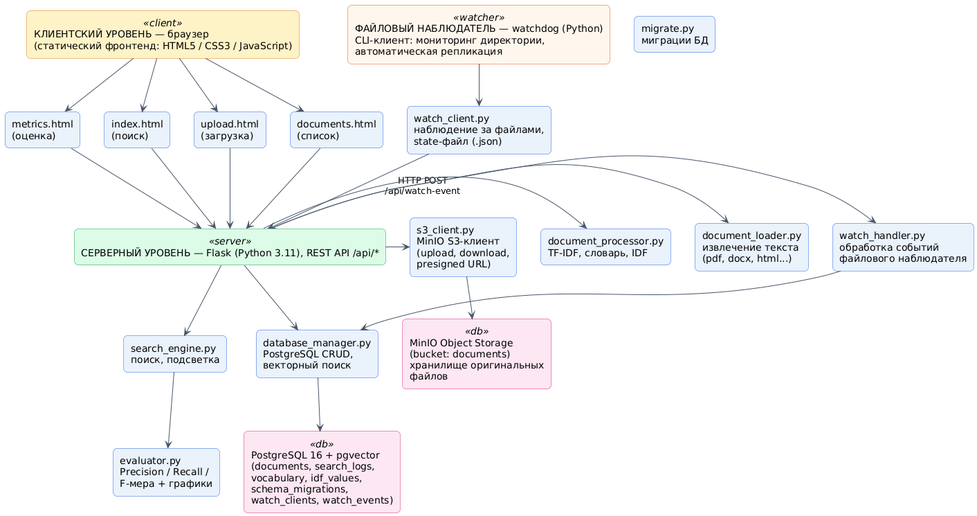
This is EYAZIS/2_2/EYAZIS_report/png/architecture.png from KillRmnv/BSUIR, a PlantUML export, as it was before one commit. The source it was exported from:
```plantuml
@startuml architecture
skinparam backgroundColor white
skinparam shadowing false
skinparam roundCorner 12
skinparam defaultFontName DejaVu Sans
skinparam ArrowColor #475569
skinparam rectangle {
    BackgroundColor #EAF2FB
    BorderColor #2563EB
}
skinparam rectangle<<client>> {
    BackgroundColor #FEF3C7
    BorderColor #D97706
}
skinparam rectangle<<server>> {
    BackgroundColor #DCFCE7
    BorderColor #16A34A
}
skinparam rectangle<<db>> {
    BackgroundColor #FCE7F3
    BorderColor #DB2777
}
skinparam rectangle<<watcher>> {
    BackgroundColor #FFF7ED
    BorderColor #EA580C
}

rectangle "КЛИЕНТСКИЙ УРОВЕНЬ — браузер\n(статический фронтенд: HTML5 / CSS3 / JavaScript)" <<client>> as CLIENT

rectangle "index.html\n(поиск)" as INDEX
rectangle "upload.html\n(загрузка)" as UPLOAD
rectangle "documents.html\n(список)" as DOCS
rectangle "metrics.html\n(оценка)" as METRICS

rectangle "ФАЙЛОВЫЙ НАБЛЮДАТЕЛЬ — watchdog (Python)\nCLI-клиент: мониторинг директории,\nавтоматическая репликация" <<watcher>> as WATCHER

rectangle "watch_client.py\nнаблюдение за файлами,\nstate-файл (.json)" as WCLI

rectangle "СЕРВЕРНЫЙ УРОВЕНЬ — Flask (Python 3.11), REST API /api/*" <<server>> as FLASK

rectangle "search_engine.py\nпоиск, подсветка" as SE
rectangle "document_processor.py\nTF-IDF, словарь, IDF" as DP
rectangle "document_loader.py\nизвлечение текста\n(pdf, docx, html...)" as LOADER
rectangle "database_manager.py\nPostgreSQL CRUD,\nвекторный поиск" as DBM
rectangle "evaluator.py\nPrecision / Recall /\nF-мера + графики" as EVAL
rectangle "watch_handler.py\nобработка событий\nфайлового наблюдателя" as WH
rectangle "migrate.py\nмиграции БД" as MIGRATE
rectangle "s3_client.py\nMinIO S3-клиент\n(upload, download,\npresigned URL)" as S3

rectangle "PostgreSQL 16 + pgvector\n(documents, search_logs,\nvocabulary, idf_values,\nschema_migrations,\nwatch_clients, watch_events)" <<db>> as PG

rectangle "MinIO Object Storage\n(bucket: documents)\nхранилище оригинальных\nфайлов" <<db>> as MINIO

CLIENT -down-> INDEX
CLIENT -down-> UPLOAD
CLIENT -down-> DOCS
CLIENT -down-> METRICS

INDEX -down-> FLASK
UPLOAD -down-> FLASK
DOCS -down-> FLASK
METRICS -down-> FLASK

WATCHER -down-> WCLI
WCLI -down-> FLASK : HTTP POST\n/api/watch-event

FLASK -down-> SE
FLASK -right-> DP
FLASK -right-> LOADER
FLASK -right-> DBM
FLASK -right-> WH
FLASK -right-> S3

SE -down-> EVAL
DBM -down-> PG
WH -down-> DBM
S3 -down-> MINIO

@enduml
```
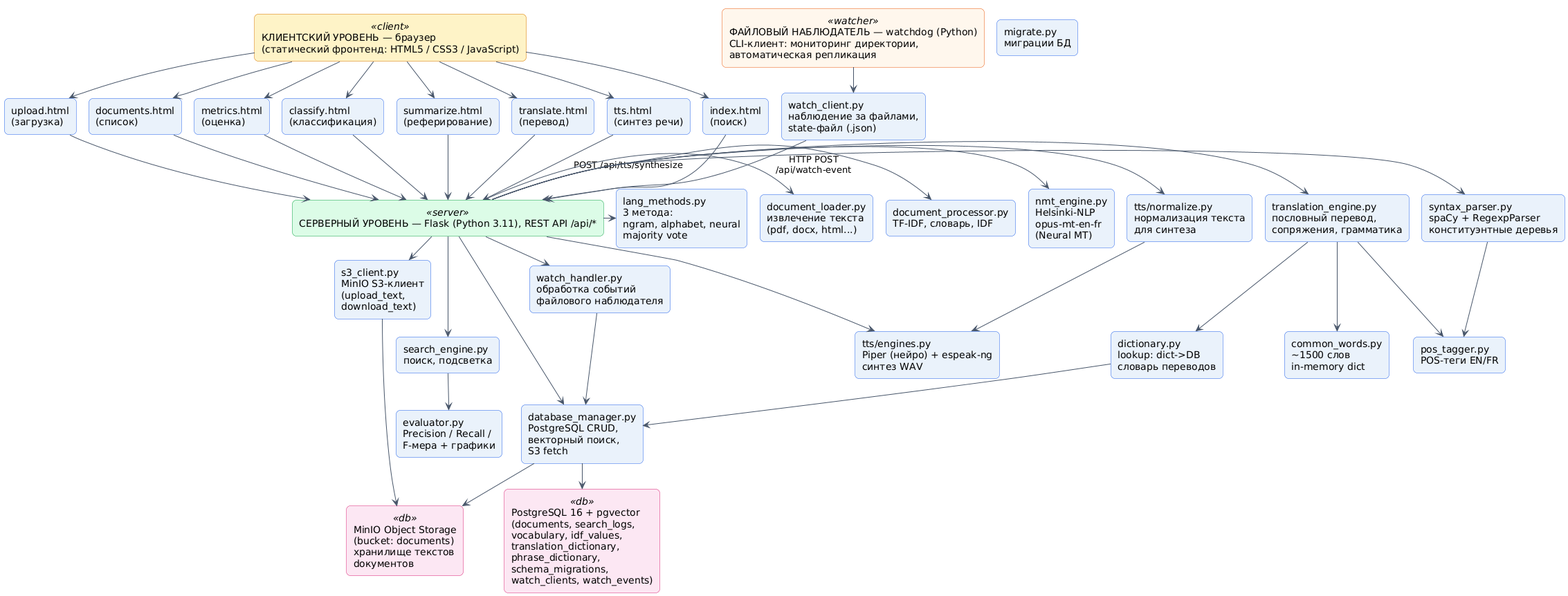
After the commit.

Change to the diagram source:
```diff
@@ -1,4 +1,5 @@
 @startuml architecture
+!pragma layout smetana
 skinparam backgroundColor white
 skinparam shadowing false
 skinparam roundCorner 12
@@ -31,6 +32,10 @@
 rectangle "upload.html\n(загрузка)" as UPLOAD
 rectangle "documents.html\n(список)" as DOCS
 rectangle "metrics.html\n(оценка)" as METRICS
+rectangle "classify.html\n(классификация)" as CLASSIFY
+rectangle "summarize.html\n(реферирование)" as SUMMARIZE
+rectangle "translate.html\n(перевод)" as TRANSLATE
+rectangle "tts.html\n(синтез речи)" as TTS
 
 rectangle "ФАЙЛОВЫЙ НАБЛЮДАТЕЛЬ — watchdog (Python)\nCLI-клиент: мониторинг директории,\nавтоматическая репликация" <<watcher>> as WATCHER
 
@@ -41,25 +46,43 @@
 rectangle "search_engine.py\nпоиск, подсветка" as SE
 rectangle "document_processor.py\nTF-IDF, словарь, IDF" as DP
 rectangle "document_loader.py\nизвлечение текста\n(pdf, docx, html...)" as LOADER
-rectangle "database_manager.py\nPostgreSQL CRUD,\nвекторный поиск" as DBM
+rectangle "database_manager.py\nPostgreSQL CRUD,\nвекторный поиск,\nS3 fetch" as DBM
 rectangle "evaluator.py\nPrecision / Recall /\nF-мера + графики" as EVAL
 rectangle "watch_handler.py\nобработка событий\nфайлового наблюдателя" as WH
 rectangle "migrate.py\nмиграции БД" as MIGRATE
-rectangle "s3_client.py\nMinIO S3-клиент\n(upload, download,\npresigned URL)" as S3
+rectangle "s3_client.py\nMinIO S3-клиент\n(upload_text,\ndownload_text)" as S3
 
-rectangle "PostgreSQL 16 + pgvector\n(documents, search_logs,\nvocabulary, idf_values,\nschema_migrations,\nwatch_clients, watch_events)" <<db>> as PG
+rectangle "translation_engine.py\nпословный перевод,\nсопряжения, грамматика" as TE
+rectangle "nmt_engine.py\nHelsinki-NLP\nopus-mt-en-fr\n(Neural MT)" as NMT
+rectangle "common_words.py\n~1500 слов\nin-memory dict" as CW
+rectangle "dictionary.py\nlookup: dict->DB\nсловарь переводов" as DICT
+rectangle "syntax_parser.py\nspaCy + RegexpParser\nконституэнтные деревья" as SYNTAX
+rectangle "pos_tagger.py\nPOS-теги EN/FR" as POS
+rectangle "lang_methods.py\n3 метода:\nngram, alphabet, neural\nmajority vote" as LANG
+rectangle "tts/engines.py\nPiper (нейро) + espeak-ng\nсинтез WAV" as TTS_ENG
+rectangle "tts/normalize.py\nнормализация текста\nдля синтеза" as TTS_NORM
 
-rectangle "MinIO Object Storage\n(bucket: documents)\nхранилище оригинальных\nфайлов" <<db>> as MINIO
+rectangle "PostgreSQL 16 + pgvector\n(documents, search_logs,\nvocabulary, idf_values,\ntranslation_dictionary,\nphrase_dictionary,\nschema_migrations,\nwatch_clients, watch_events)" <<db>> as PG
+
+rectangle "MinIO Object Storage\n(bucket: documents)\nхранилище текстов\ndокументов" <<db>> as MINIO
 
 CLIENT -down-> INDEX
 CLIENT -down-> UPLOAD
 CLIENT -down-> DOCS
 CLIENT -down-> METRICS
+CLIENT -down-> CLASSIFY
+CLIENT -down-> SUMMARIZE
+CLIENT -down-> TRANSLATE
+CLIENT -down-> TTS
 
 INDEX -down-> FLASK
 UPLOAD -down-> FLASK
 DOCS -down-> FLASK
 METRICS -down-> FLASK
+CLASSIFY -down-> FLASK
+SUMMARIZE -down-> FLASK
+TRANSLATE -down-> FLASK
+TTS -down-> FLASK : POST /api/tts/synthesize
 
 WATCHER -down-> WCLI
 WCLI -down-> FLASK : HTTP POST\n/api/watch-event
@@ -70,10 +93,24 @@
 FLASK -right-> DBM
 FLASK -right-> WH
 FLASK -right-> S3
+FLASK -right-> TE
+FLASK -right-> NMT
+FLASK -right-> SYNTAX
+FLASK -right-> LANG
+FLASK -right-> TTS_ENG
+FLASK -right-> TTS_NORM
+
+TE -down-> DICT
+TE -down-> POS
+TE -down-> CW
+DICT -down-> DBM
+SYNTAX -down-> POS
+TTS_NORM -down-> TTS_ENG
 
 SE -down-> EVAL
 DBM -down-> PG
 WH -down-> DBM
 S3 -down-> MINIO
+DBM -down-> MINIO
 
 @enduml
```
